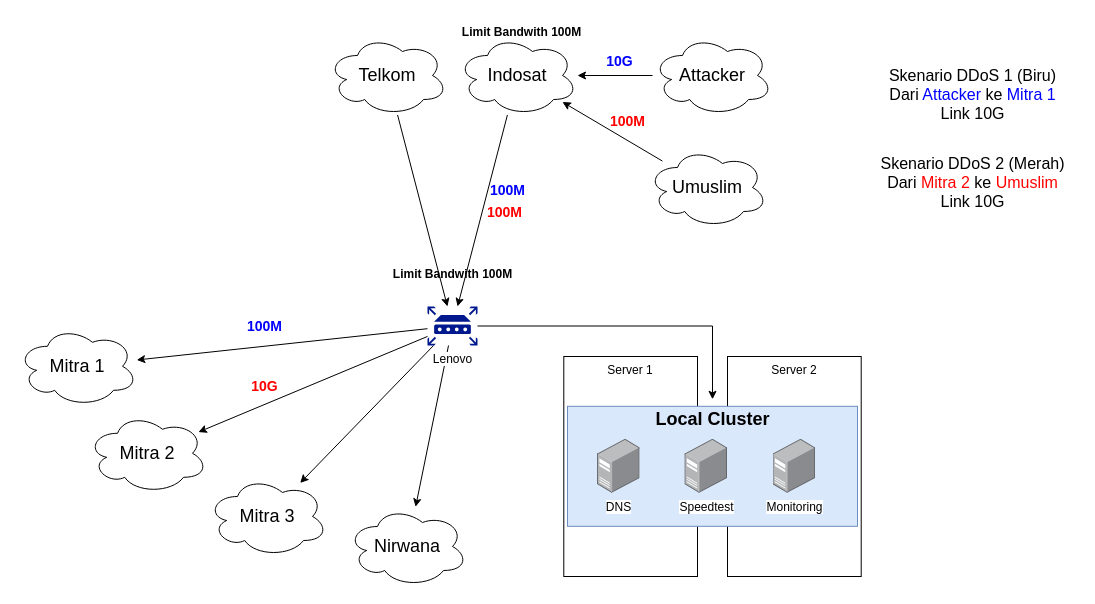
The draw.io diagram page "Edge" (3 of 5) of drawio/Network Topology.drawio in WaxArsatia/Random, before the edit. Source tidied: cells renumbered, new cells numbered last; positions are measured from the earlier drawing's top-left corner, leaving out a move shared by most shapes. Both pictures are drawn from the tidied source at 100%, with x=0, y=0 at pixel (17, 17).
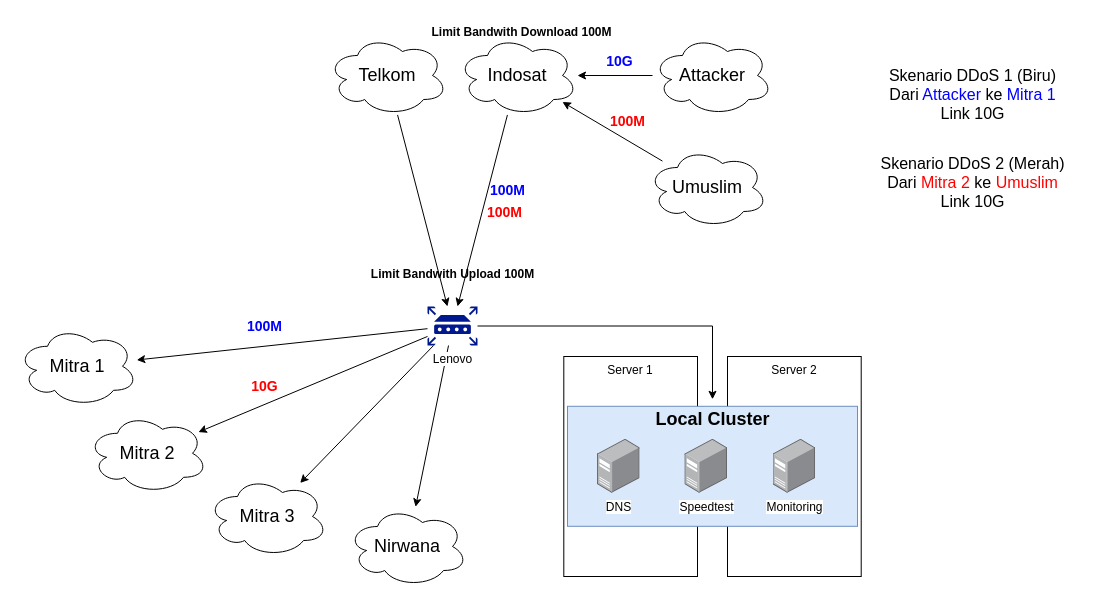
The same page after the edit.

Diff of the diagram source:
```diff
@@
-    <mxCell id="30" value="Limit Bandwith 100M" style="text;html=1;align=center;verticalAlign=middle;strokeColor=none;fillColor=none;fontStyle=1;fontColor=#000000;" parent="1" vertex="1">
-      <mxGeometry x="434" width="140" height="30" as="geometry" />
+    <mxCell id="30" value="Limit Bandwith Download 100M" style="text;html=1;align=center;verticalAlign=middle;strokeColor=none;fillColor=none;fontStyle=1;fontColor=#000000;" parent="1" vertex="1">
+      <mxGeometry x="404" width="200" height="30" as="geometry" />
     </mxCell>
@@
-    <mxCell id="38" value="Limit Bandwith 100M" style="text;html=1;align=center;verticalAlign=middle;strokeColor=none;fillColor=none;fontStyle=1;fontColor=#000000;" parent="1" vertex="1">
-      <mxGeometry x="365" y="242" width="140" height="30" as="geometry" />
+    <mxCell id="38" value="Limit Bandwith Upload 100M" style="text;html=1;align=center;verticalAlign=middle;strokeColor=none;fillColor=none;fontStyle=1;fontColor=#000000;" parent="1" vertex="1">
+      <mxGeometry x="340" y="242" width="190" height="30" as="geometry" />
     </mxCell>
```
